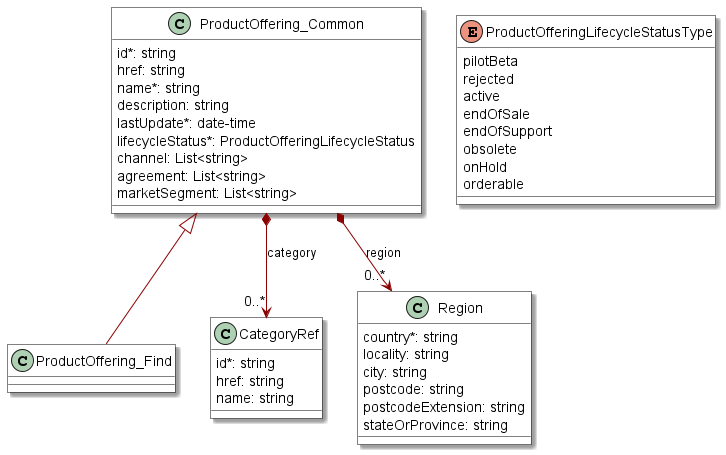
This is documentation/productApi/catalog/media/offeringModel_find.png from MEF-GIT/MEF-LSO-Sonata-SDK, a PlantUML export, as it was before one commit. Source of this version:
```plantuml
@startuml
skinparam {
    ClassBackgroundColor White
    ClassBorderColor Black
    shadowing true
    RoundCorner 0
    LineColor DarkRed
    ArrowColor DarkRed
    ArrowThickness 1
}

class ProductOffering_Common {
    id*: string
    href: string
    name*: string
    description: string
    lastUpdate*: date-time
    lifecycleStatus*: ProductOfferingLifecycleStatus
    channel: List<string>
    agreement: List<string>
    marketSegment: List<string>
}

class  ProductOffering_Find {

}

ProductOffering_Common <|-- ProductOffering_Find

class CategoryRef {
    id*: string
    href: string
    name: string
}

class Region {
    country*: string
    locality: string
    city: string
    postcode: string
    postcodeExtension: string
    stateOrProvince: string
}

ProductOffering_Common *-->"0..*" Region : region
ProductOffering_Common *-->"0..*" CategoryRef : category


enum ProductOfferingLifecycleStatusType {
    pilotBeta
    rejected
    active
    endOfSale
    endOfSupport
    obsolete
    onHold
    orderable
}
@enduml
```
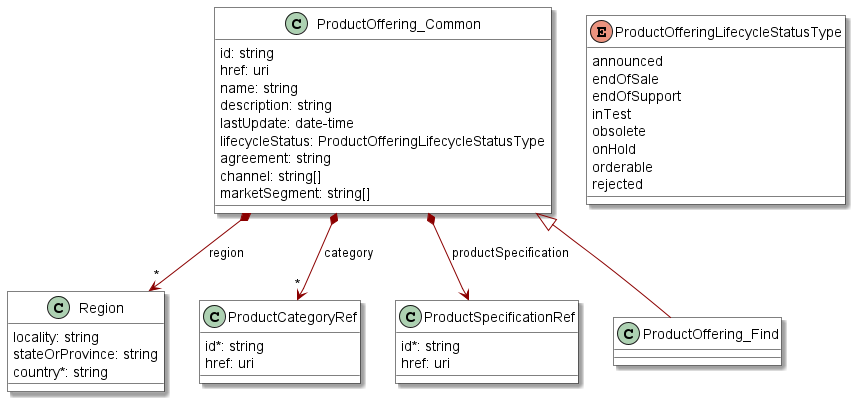
The same diagram one commit later.

Diff of the diagram source:
```diff
@@ -9,51 +9,61 @@
     ArrowThickness 1
 }
 
+
+
 class ProductOffering_Common {
-    id*: string
-    href: string
-    name*: string
+
+    id: string
+    href: uri
+    name: string
     description: string
-    lastUpdate*: date-time
-    lifecycleStatus*: ProductOfferingLifecycleStatus
-    channel: List<string>
-    agreement: List<string>
-    marketSegment: List<string>
+    lastUpdate: date-time
+    lifecycleStatus: ProductOfferingLifecycleStatusType
+    agreement: string
+    channel: string[]
+    marketSegment: string[]
 }
 
-class  ProductOffering_Find {
+ProductOffering_Common *-->"*" Region : region
+ProductOffering_Common *-->"*" ProductCategoryRef : category
+ProductOffering_Common *--> ProductSpecificationRef : productSpecification
+
+
+class ProductOffering_Find {
 
 }
-
 ProductOffering_Common <|-- ProductOffering_Find
 
-class CategoryRef {
+class ProductCategoryRef {
+
     id*: string
-    href: string
-    name: string
+    href: uri
 }
 
 class Region {
+
+    locality: string
+    stateOrProvince: string
     country*: string
-    locality: string
-    city: string
-    postcode: string
-    postcodeExtension: string
-    stateOrProvince: string
 }
 
-ProductOffering_Common *-->"0..*" Region : region
-ProductOffering_Common *-->"0..*" CategoryRef : category
+enum ProductOfferingLifecycleStatusType {
 
-
-enum ProductOfferingLifecycleStatusType {
-    pilotBeta
-    rejected
-    active
+    announced
     endOfSale
     endOfSupport
+    inTest
     obsolete
     onHold
     orderable
+    rejected
 }
+
+class ProductSpecificationRef {
+
+    id*: string
+    href: uri
+}
+
+
 @enduml
```
